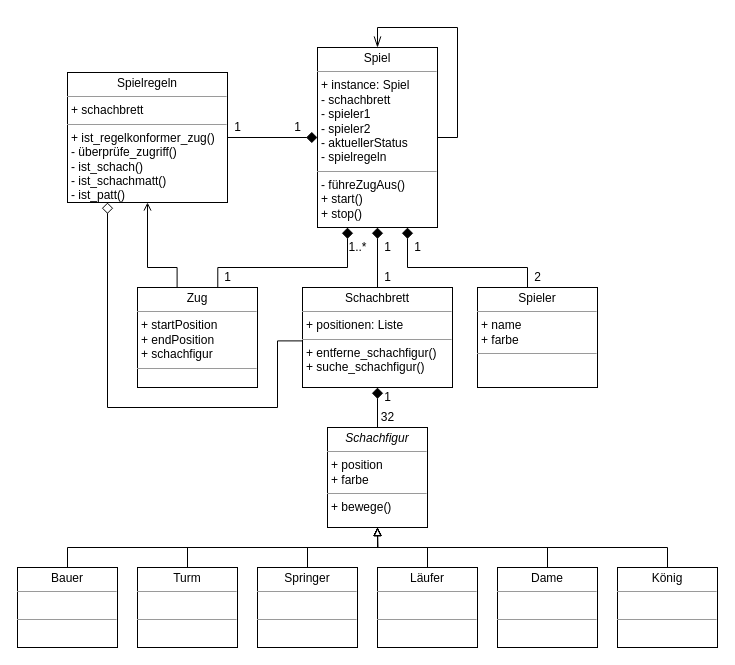
Before: Schach_2.drawio in tobiasknode/chess, a draw.io diagram. Source tidied: cells renumbered, new cells numbered last; positions are measured from the earlier drawing's top-left corner, leaving out a move shared by most shapes. Both pictures are drawn from the tidied source at 100%, with x=0, y=0 at pixel (17, 27).
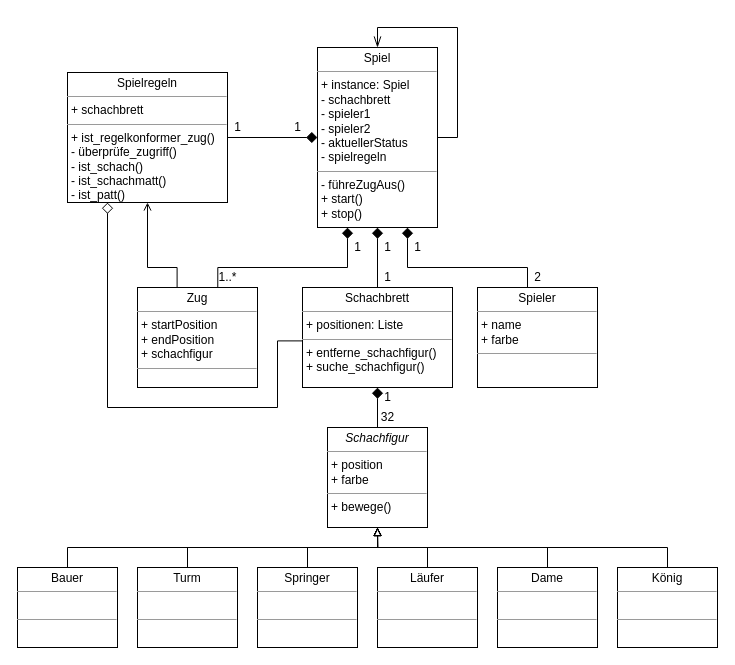
The same page after the edit.

Commit message (it also covers changes not shown here):
CHORE: Updated UML diagram

Change to the diagram source:
```diff
@@
-    <mxCell id="35" value="1" style="text;html=1;align=center;verticalAlign=middle;strokeColor=none;fillColor=none;" parent="1" vertex="1">
-      <mxGeometry x="200" y="240" width="20" height="20" as="geometry" />
+    <mxCell id="35" value="1..*" style="text;html=1;align=center;verticalAlign=middle;strokeColor=none;fillColor=none;" parent="1" vertex="1">
+      <mxGeometry x="195" y="240" width="30" height="20" as="geometry" />
     </mxCell>
-    <mxCell id="36" value="1..*" style="text;html=1;align=center;verticalAlign=middle;strokeColor=none;fillColor=none;" parent="1" vertex="1">
-      <mxGeometry x="325" y="210" width="30" height="20" as="geometry" />
+    <mxCell id="36" value="1" style="text;html=1;align=center;verticalAlign=middle;strokeColor=none;fillColor=none;" parent="1" vertex="1">
+      <mxGeometry x="330" y="210" width="20" height="20" as="geometry" />
     </mxCell>
```
